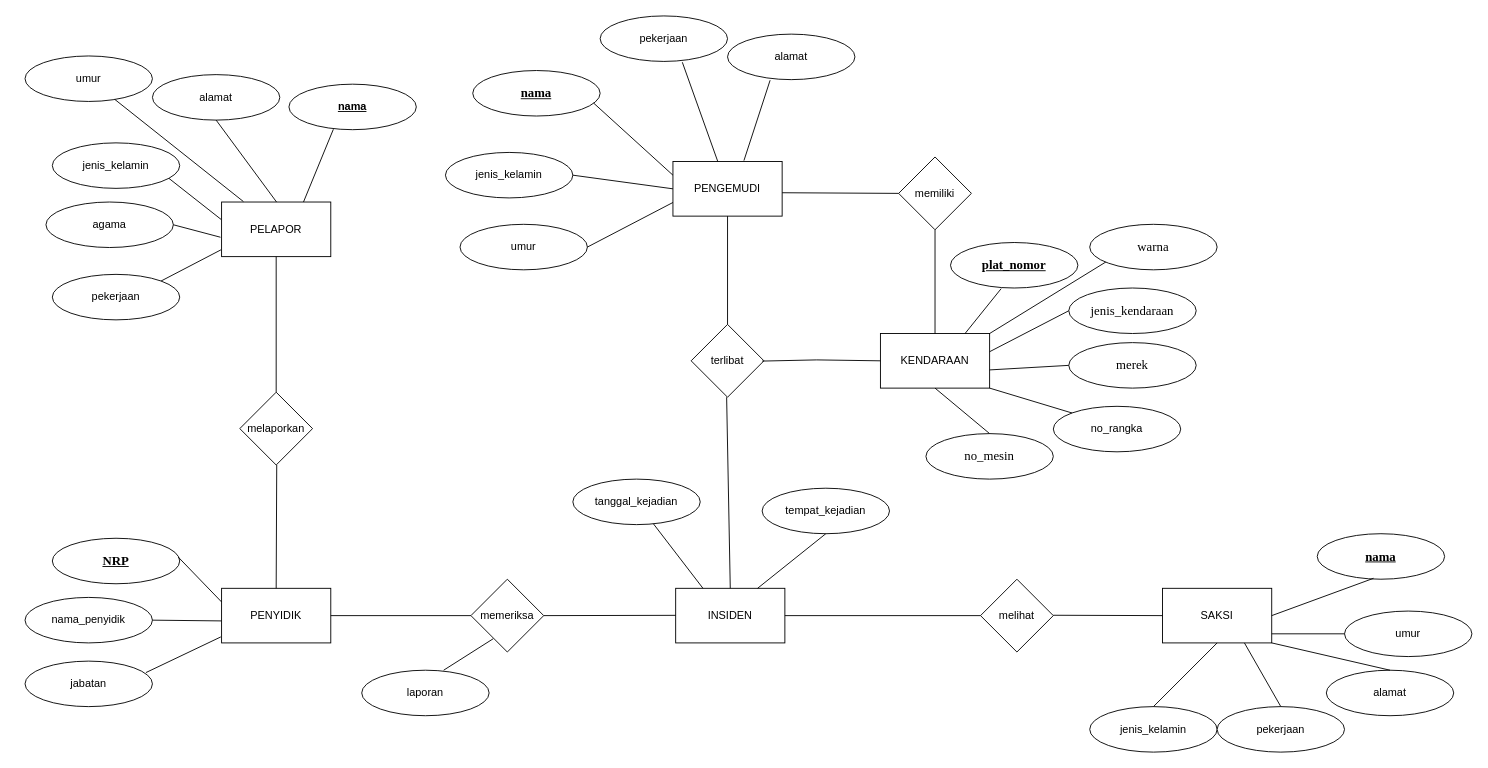
This is Diagram Tanpa Judul.drawio from grayscale636/ERD, a draw.io file, before an edit. Source tidied: cells renumbered, new cells numbered last; positions are measured from the earlier drawing's top-left corner, leaving out a move shared by most shapes. Both pictures are drawn from the tidied source at 91%, with x=0, y=0 at pixel (25, 15).
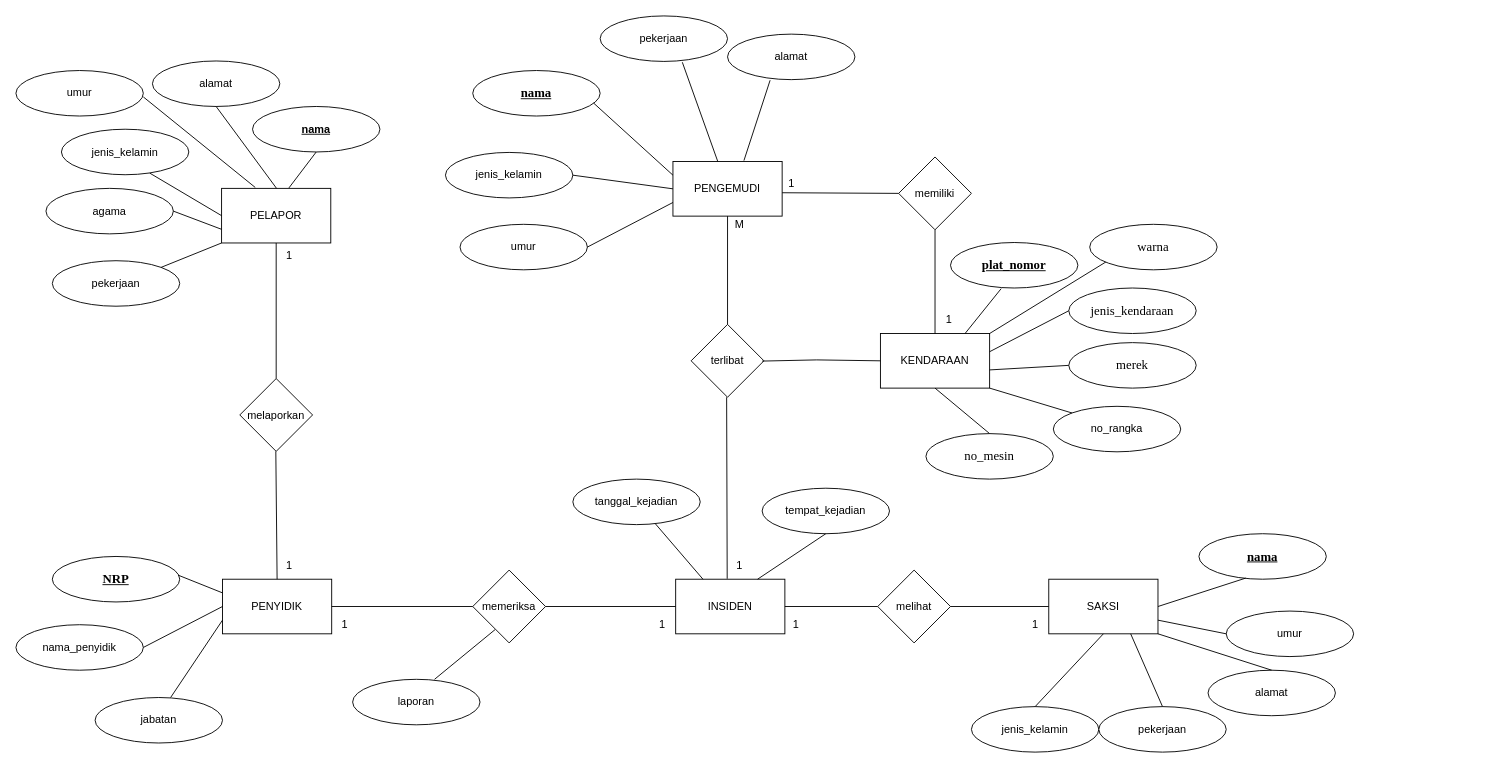
The same diagram, later.

Diff of the diagram source:
```diff
@@
     <mxCell id="2" value="melaporkan" style="rhombus;whiteSpace=wrap;html=1;" parent="1" vertex="1">
-      <mxGeometry x="236" y="413.5" width="80" height="80" as="geometry" />
+      <mxGeometry x="236" y="398.5" width="80" height="80" as="geometry" />
     </mxCell>
     <mxCell id="3" value="PELAPOR" style="rounded=0;whiteSpace=wrap;html=1;" parent="1" vertex="1">
-      <mxGeometry x="216" y="204.5" width="120" height="60" as="geometry" />
+      <mxGeometry x="216" y="189.5" width="120" height="60" as="geometry" />
     </mxCell>
     <mxCell id="4" value="PENYIDIK" style="rounded=0;whiteSpace=wrap;html=1;" parent="1" vertex="1">
-      <mxGeometry x="216" y="629" width="120" height="60" as="geometry" />
+      <mxGeometry x="217" y="619" width="120" height="60" as="geometry" />
     </mxCell>
     <mxCell id="5" value="INSIDEN" style="rounded=0;whiteSpace=wrap;html=1;" parent="1" vertex="1">
-      <mxGeometry x="715" y="629" width="120" height="60" as="geometry" />
+      <mxGeometry x="715" y="619" width="120" height="60" as="geometry" />
     </mxCell>
@@
     <mxCell id="8" value="SAKSI" style="rounded=0;whiteSpace=wrap;html=1;" parent="1" vertex="1">
-      <mxGeometry x="1250" y="629" width="120" height="60" as="geometry" />
+      <mxGeometry x="1125" y="619" width="120" height="60" as="geometry" />
     </mxCell>
     <mxCell id="9" value="melihat" style="rhombus;whiteSpace=wrap;html=1;" parent="1" vertex="1">
-      <mxGeometry x="1050" y="619" width="80" height="80" as="geometry" />
+      <mxGeometry x="937" y="609" width="80" height="80" as="geometry" />
     </mxCell>
     <mxCell id="10" value="memeriksa" style="rhombus;whiteSpace=wrap;html=1;" parent="1" vertex="1">
-      <mxGeometry x="490" y="619" width="80" height="80" as="geometry" />
+      <mxGeometry x="492" y="609" width="80" height="80" as="geometry" />
     </mxCell>
-    <mxCell id="11" style="endArrow=none;html=1;rounded=0;exitX=1;exitY=0.5;exitDx=0;exitDy=0;entryX=0;entryY=0.5;entryDx=0;entryDy=0;" parent="1" edge="1" source="10">
-      <mxGeometry relative="1" as="geometry">
-        <mxPoint x="715" y="658.7" as="targetPoint" />
-      </mxGeometry>
+    <mxCell id="11" style="endArrow=none;html=1;rounded=0;exitX=1;exitY=0.5;exitDx=0;exitDy=0;entryX=0;entryY=0.5;entryDx=0;entryDy=0;" parent="1" edge="1" source="10" target="5">
+      <mxGeometry relative="1" as="geometry" />
     </mxCell>
-    <mxCell id="12" style="endArrow=none;html=1;rounded=0;exitX=1;exitY=0.5;exitDx=0;exitDy=0;" parent="1" edge="1" source="4">
-      <mxGeometry x="-0.1" y="-50" relative="1" as="geometry">
-        <mxPoint x="490" y="659" as="targetPoint" />
-      </mxGeometry>
+    <mxCell id="12" style="endArrow=none;html=1;rounded=0;entryX=0;entryY=0.5;entryDx=0;entryDy=0;" parent="1" edge="1" source="4" target="10">
+      <mxGeometry x="-0.1" y="-50" relative="1" as="geometry" />
     </mxCell>
     <mxCell id="13" value="&lt;h3 style=&quot;text-decoration-line: underline; font-family: &amp;quot;Times New Roman&amp;quot;; text-align: start;&quot;&gt;NRP&lt;/h3&gt;" style="ellipse;whiteSpace=wrap;html=1;" parent="1" vertex="1">
-      <mxGeometry x="30" y="574" width="140" height="50" as="geometry" />
+      <mxGeometry x="30" y="594" width="140" height="50" as="geometry" />
     </mxCell>
     <mxCell id="14" value="nama_penyidik" style="ellipse;whiteSpace=wrap;html=1;" parent="1" vertex="1">
-      <mxGeometry y="639" width="140" height="50" as="geometry" />
+      <mxGeometry x="-10" y="669" width="140" height="50" as="geometry" />
     </mxCell>
     <mxCell id="15" value="agama" style="ellipse;whiteSpace=wrap;html=1;" parent="1" vertex="1">
-      <mxGeometry x="23" y="204.5" width="140" height="50" as="geometry" />
+      <mxGeometry x="23" y="189.5" width="140" height="50" as="geometry" />
     </mxCell>
     <mxCell id="16" value="umur" style="ellipse;whiteSpace=wrap;html=1;" parent="1" vertex="1">
-      <mxGeometry y="44" width="140" height="50" as="geometry" />
+      <mxGeometry x="-10" y="60" width="140" height="50" as="geometry" />
     </mxCell>
     <mxCell id="17" value="jenis_kelamin" style="ellipse;whiteSpace=wrap;html=1;" parent="1" vertex="1">
-      <mxGeometry x="30" y="139.5" width="140" height="50" as="geometry" />
+      <mxGeometry x="40" y="124.5" width="140" height="50" as="geometry" />
     </mxCell>
     <mxCell id="18" value="alamat" style="ellipse;whiteSpace=wrap;html=1;" parent="1" vertex="1">
-      <mxGeometry x="140" y="64.5" width="140" height="50" as="geometry" />
+      <mxGeometry x="140" y="49.5" width="140" height="50" as="geometry" />
     </mxCell>
     <mxCell id="19" value="pekerjaan" style="ellipse;whiteSpace=wrap;html=1;" parent="1" vertex="1">
-      <mxGeometry x="30" y="284" width="140" height="50" as="geometry" />
+      <mxGeometry x="30" y="269" width="140" height="50" as="geometry" />
     </mxCell>
-    <mxCell id="20" style="endArrow=none;html=1;rounded=0;" parent="1" edge="1" source="16">
+    <mxCell id="20" style="endArrow=none;html=1;rounded=0;" parent="1" edge="1">
       <mxGeometry relative="1" as="geometry">
-        <mxPoint x="240" y="204" as="targetPoint" />
+        <mxPoint x="130" y="89" as="sourcePoint" />
+        <mxPoint x="253" y="188.5" as="targetPoint" />
       </mxGeometry>
     </mxCell>
-    <mxCell id="21" style="endArrow=none;html=1;rounded=0;exitX=1;exitY=0;exitDx=0;exitDy=0;entryX=-0.006;entryY=0.876;entryDx=0;entryDy=0;entryPerimeter=0;" parent="1" edge="1" source="19" target="3">
+    <mxCell id="21" style="endArrow=none;html=1;rounded=0;exitX=1;exitY=0;exitDx=0;exitDy=0;entryX=0;entryY=1;entryDx=0;entryDy=0;" parent="1" edge="1" source="19" target="3">
       <mxGeometry relative="1" as="geometry" />
     </mxCell>
-    <mxCell id="22" style="endArrow=none;html=1;rounded=0;entryX=1;entryY=0.5;entryDx=0;entryDy=0;exitX=-0.001;exitY=0.597;exitDx=0;exitDy=0;exitPerimeter=0;" parent="1" edge="1" source="4" target="14">
+    <mxCell id="22" style="endArrow=none;html=1;rounded=0;entryX=1;entryY=0.5;entryDx=0;entryDy=0;exitX=0;exitY=0.5;exitDx=0;exitDy=0;" parent="1" edge="1" source="4" target="14">
       <mxGeometry relative="1" as="geometry" />
     </mxCell>
     <mxCell id="23" value="jabatan" style="ellipse;whiteSpace=wrap;html=1;" parent="1" vertex="1">
-      <mxGeometry y="709" width="140" height="50" as="geometry" />
+      <mxGeometry x="77" y="749" width="140" height="50" as="geometry" />
     </mxCell>
-    <mxCell id="24" style="endArrow=none;html=1;rounded=0;entryX=-0.007;entryY=0.89;entryDx=0;entryDy=0;entryPerimeter=0;exitX=0.949;exitY=0.252;exitDx=0;exitDy=0;exitPerimeter=0;" parent="1" edge="1" source="23" target="4">
-      <mxGeometry relative="1" as="geometry" />
+    <mxCell id="24" style="endArrow=none;html=1;rounded=0;entryX=0;entryY=0.75;entryDx=0;entryDy=0;" parent="1" edge="1" target="4">
+      <mxGeometry relative="1" as="geometry">
+        <mxPoint x="160" y="749" as="sourcePoint" />
+      </mxGeometry>
     </mxCell>
     <mxCell id="25" value="umur" style="ellipse;whiteSpace=wrap;html=1;" parent="1" vertex="1">
-      <mxGeometry x="1450" y="654" width="140" height="50" as="geometry" />
+      <mxGeometry x="1320" y="654" width="140" height="50" as="geometry" />
     </mxCell>
     <mxCell id="26" value="&lt;h3 style=&quot;text-decoration-line: underline; font-family: &amp;quot;Times New Roman&amp;quot;; text-align: start;&quot;&gt;nama&lt;/h3&gt;" style="ellipse;whiteSpace=wrap;html=1;" parent="1" vertex="1">
-      <mxGeometry x="1420" y="569" width="140" height="50" as="geometry" />
+      <mxGeometry x="1290" y="569" width="140" height="50" as="geometry" />
     </mxCell>
     <mxCell id="27" value="&lt;b&gt;&lt;u&gt;nama&lt;/u&gt;&lt;/b&gt;" style="ellipse;whiteSpace=wrap;html=1;" parent="1" vertex="1">
-      <mxGeometry x="290" y="75" width="140" height="50" as="geometry" />
+      <mxGeometry x="250" y="99.5" width="140" height="50" as="geometry" />
     </mxCell>
-    <mxCell id="28" style="endArrow=none;html=1;rounded=0;entryX=0.75;entryY=0;entryDx=0;entryDy=0;exitX=0.349;exitY=0.99;exitDx=0;exitDy=0;exitPerimeter=0;" parent="1" edge="1" source="27" target="3">
-      <mxGeometry relative="1" as="geometry" />
+    <mxCell id="28" style="endArrow=none;html=1;rounded=0;exitX=0.5;exitY=1;exitDx=0;exitDy=0;" parent="1" edge="1" source="27">
+      <mxGeometry relative="1" as="geometry">
+        <mxPoint x="290" y="189" as="targetPoint" />
+      </mxGeometry>
     </mxCell>
@@
     <mxCell id="30" value="jenis_kelamin" style="ellipse;whiteSpace=wrap;html=1;" parent="1" vertex="1">
-      <mxGeometry x="1170" y="759" width="140" height="50" as="geometry" />
+      <mxGeometry x="1040" y="759" width="140" height="50" as="geometry" />
     </mxCell>
     <mxCell id="31" value="alamat" style="ellipse;whiteSpace=wrap;html=1;" parent="1" vertex="1">
-      <mxGeometry x="1430" y="719" width="140" height="50" as="geometry" />
+      <mxGeometry x="1300" y="719" width="140" height="50" as="geometry" />
     </mxCell>
-    <mxCell id="32" style="endArrow=none;html=1;rounded=0;" parent="1" edge="1">
+    <mxCell id="32" style="endArrow=none;html=1;rounded=0;exitX=1;exitY=0.75;exitDx=0;exitDy=0;" parent="1" edge="1" source="8">
       <mxGeometry relative="1" as="geometry">
-        <mxPoint x="1370" y="679" as="sourcePoint" />
-        <mxPoint x="1450" y="679" as="targetPoint" />
+        <mxPoint x="1320" y="679" as="targetPoint" />
       </mxGeometry>
     </mxCell>
@@
     <mxCell id="35" value="pekerjaan" style="ellipse;whiteSpace=wrap;html=1;" parent="1" vertex="1">
-      <mxGeometry x="1310" y="759" width="140" height="50" as="geometry" />
+      <mxGeometry x="1180" y="759" width="140" height="50" as="geometry" />
     </mxCell>
@@
     <mxCell id="59" value="laporan" style="ellipse;whiteSpace=wrap;html=1;" parent="1" vertex="1">
-      <mxGeometry x="370" y="719" width="140" height="50" as="geometry" />
+      <mxGeometry x="360" y="729" width="140" height="50" as="geometry" />
     </mxCell>
@@
-    <mxCell id="67" style="endArrow=none;html=1;rounded=0;entryX=0.334;entryY=1.014;entryDx=0;entryDy=0;entryPerimeter=0;exitX=0.5;exitY=0;exitDx=0;exitDy=0;" parent="1" edge="1" source="5">
+    <mxCell id="67" style="endArrow=none;html=1;rounded=0;entryX=0.334;entryY=1.014;entryDx=0;entryDy=0;entryPerimeter=0;exitX=0.054;exitY=0.983;exitDx=0;exitDy=0;exitPerimeter=0;" parent="1" edge="1" source="82">
       <mxGeometry relative="1" as="geometry">
         <mxPoint x="771" y="419" as="targetPoint" />
       </mxGeometry>
     </mxCell>
@@
-    <mxCell id="71" style="endArrow=none;html=1;rounded=0;exitX=1;exitY=0.5;exitDx=0;exitDy=0;entryX=-0.01;entryY=0.645;entryDx=0;entryDy=0;entryPerimeter=0;" parent="1" edge="1" source="15" target="3">
+    <mxCell id="71" style="endArrow=none;html=1;rounded=0;exitX=1;exitY=0.5;exitDx=0;exitDy=0;entryX=0;entryY=0.75;entryDx=0;entryDy=0;" parent="1" edge="1" source="15" target="3">
       <mxGeometry relative="1" as="geometry" />
     </mxCell>
-    <mxCell id="72" style="endArrow=none;html=1;rounded=0;entryX=0.916;entryY=0.782;entryDx=0;entryDy=0;exitX=-0.003;exitY=0.321;exitDx=0;exitDy=0;exitPerimeter=0;entryPerimeter=0;" parent="1" edge="1" source="3" target="17">
+    <mxCell id="72" style="endArrow=none;html=1;rounded=0;entryX=0.693;entryY=0.964;entryDx=0;entryDy=0;entryPerimeter=0;exitX=0;exitY=0.5;exitDx=0;exitDy=0;" parent="1" edge="1" source="3" target="17">
       <mxGeometry relative="1" as="geometry" />
     </mxCell>
@@
-    <mxCell id="74" style="endArrow=none;html=1;rounded=0;entryX=1;entryY=0.5;entryDx=0;entryDy=0;" parent="1" edge="1">
-      <mxGeometry relative="1" as="geometry">
-        <mxPoint x="1250" y="659" as="sourcePoint" />
-        <mxPoint x="1130" y="658.6" as="targetPoint" />
-      </mxGeometry>
+    <mxCell id="74" style="endArrow=none;html=1;rounded=0;exitX=0;exitY=0.5;exitDx=0;exitDy=0;" parent="1" edge="1" source="8" target="9">
+      <mxGeometry relative="1" as="geometry" />
     </mxCell>
-    <mxCell id="75" style="endArrow=none;html=1;rounded=0;exitX=1;exitY=0.5;exitDx=0;exitDy=0;entryX=0.442;entryY=0.98;entryDx=0;entryDy=0;entryPerimeter=0;" parent="1" edge="1" source="8" target="26">
+    <mxCell id="75" style="endArrow=none;html=1;rounded=0;exitX=1;exitY=0.5;exitDx=0;exitDy=0;entryX=0.367;entryY=0.976;entryDx=0;entryDy=0;entryPerimeter=0;" parent="1" edge="1" source="8" target="26">
       <mxGeometry relative="1" as="geometry" />
     </mxCell>
@@
     <mxCell id="77" style="endArrow=none;html=1;rounded=0;exitX=0.5;exitY=0;exitDx=0;exitDy=0;entryX=0.5;entryY=1;entryDx=0;entryDy=0;" parent="1" edge="1" target="18">
       <mxGeometry x="-1" y="-90" relative="1" as="geometry">
-        <mxPoint x="276.4" y="204.5" as="sourcePoint" />
+        <mxPoint x="276.4" y="189.5" as="sourcePoint" />
         <mxPoint x="-83" y="91" as="offset" />
       </mxGeometry>
     </mxCell>
@@
-    <mxCell id="79" style="endArrow=none;html=1;rounded=0;exitX=0.5;exitY=0;exitDx=0;exitDy=0;entryX=0.5;entryY=1;entryDx=0;entryDy=0;" parent="1" edge="1" source="4">
-      <mxGeometry relative="1" as="geometry">
-        <mxPoint x="276.6" y="493.5" as="targetPoint" />
-      </mxGeometry>
-    </mxCell>
+    <mxCell id="80" value="1" style="text;html=1;align=center;verticalAlign=middle;strokeColor=none;fillColor=none;" parent="1" vertex="1">
+      <mxGeometry x="832" y="654" width="30" height="30" as="geometry" />
+    </mxCell>
+    <mxCell id="81" value="1" style="text;html=1;align=center;verticalAlign=middle;strokeColor=none;fillColor=none;" parent="1" vertex="1">
+      <mxGeometry x="1095" y="654" width="30" height="30" as="geometry" />
+    </mxCell>
+    <mxCell id="82" value="1" style="text;html=1;align=center;verticalAlign=middle;points=[];strokeColor=none;fillColor=none;" parent="1" vertex="1">
+      <mxGeometry x="770" y="589" width="30" height="30" as="geometry" />
+    </mxCell>
+    <mxCell id="83" value="M" style="text;html=1;align=center;verticalAlign=middle;strokeColor=none;fillColor=none;" parent="1" vertex="1">
+      <mxGeometry x="770" y="214.5" width="30" height="30" as="geometry" />
+    </mxCell>
+    <mxCell id="84" value="1" style="text;html=1;align=center;verticalAlign=middle;strokeColor=none;fillColor=none;" parent="1" vertex="1">
+      <mxGeometry x="827" y="170" width="30" height="30" as="geometry" />
+    </mxCell>
+    <mxCell id="85" value="1" style="text;html=1;align=center;verticalAlign=middle;strokeColor=none;fillColor=none;" parent="1" vertex="1">
+      <mxGeometry x="1000" y="319" width="30" height="30" as="geometry" />
+    </mxCell>
+    <mxCell id="86" style="endArrow=none;html=1;rounded=0;exitX=0.5;exitY=0;exitDx=0;exitDy=0;entryX=0.5;entryY=1;entryDx=0;entryDy=0;" parent="1" edge="1" source="4">
+      <mxGeometry relative="1" as="geometry">
+        <mxPoint x="275.6" y="478.5" as="targetPoint" />
+      </mxGeometry>
+    </mxCell>
+    <mxCell id="87" value="1" style="text;html=1;align=center;verticalAlign=middle;strokeColor=none;fillColor=none;" parent="1" vertex="1">
+      <mxGeometry x="275" y="249" width="30" height="30" as="geometry" />
+    </mxCell>
+    <mxCell id="88" value="1" style="text;html=1;align=center;verticalAlign=middle;strokeColor=none;fillColor=none;" parent="1" vertex="1">
+      <mxGeometry x="275" y="589" width="30" height="30" as="geometry" />
+    </mxCell>
+    <mxCell id="89" value="1" style="text;html=1;align=center;verticalAlign=middle;strokeColor=none;fillColor=none;" parent="1" vertex="1">
+      <mxGeometry x="336" y="654" width="30" height="30" as="geometry" />
+    </mxCell>
+    <mxCell id="90" value="1" style="text;html=1;align=center;verticalAlign=middle;strokeColor=none;fillColor=none;" parent="1" vertex="1">
+      <mxGeometry x="685" y="654" width="30" height="30" as="geometry" />
+    </mxCell>
```
